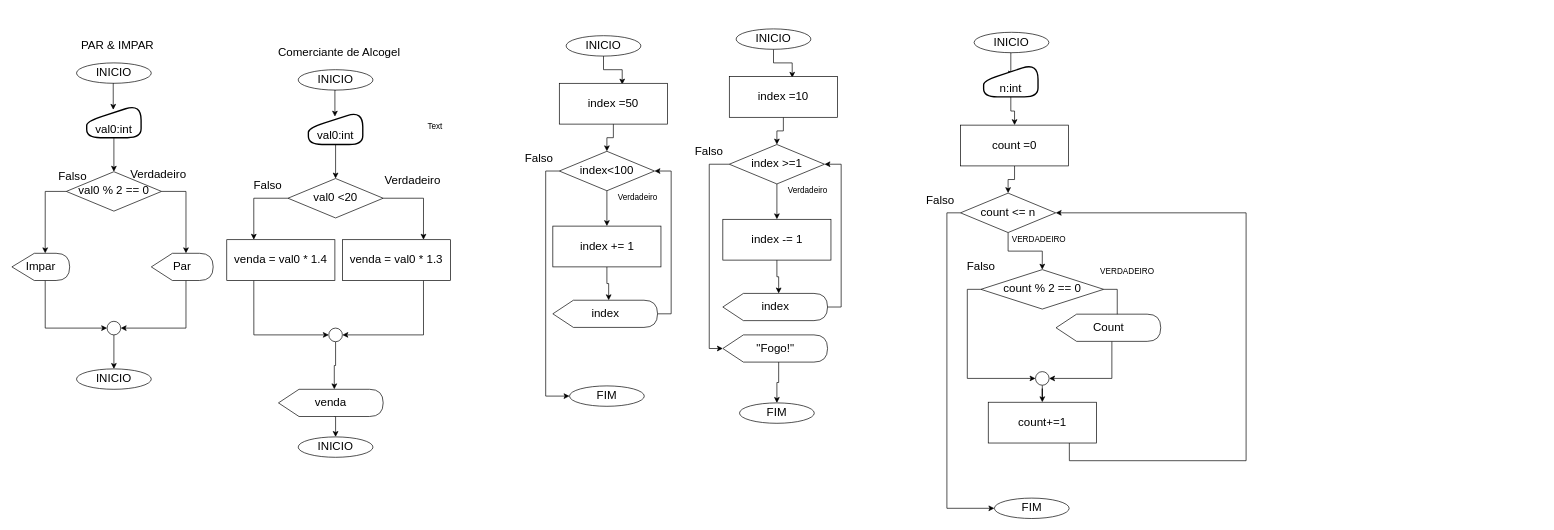
Before: log1.drawio in gilberto-009199/draw.io, a draw.io diagram. Source tidied: cells renumbered, new cells numbered last; positions are measured from the earlier drawing's top-left corner, leaving out a move shared by most shapes. Both pictures are drawn from the tidied source at 68%, with x=0, y=0 at pixel (12, 29).
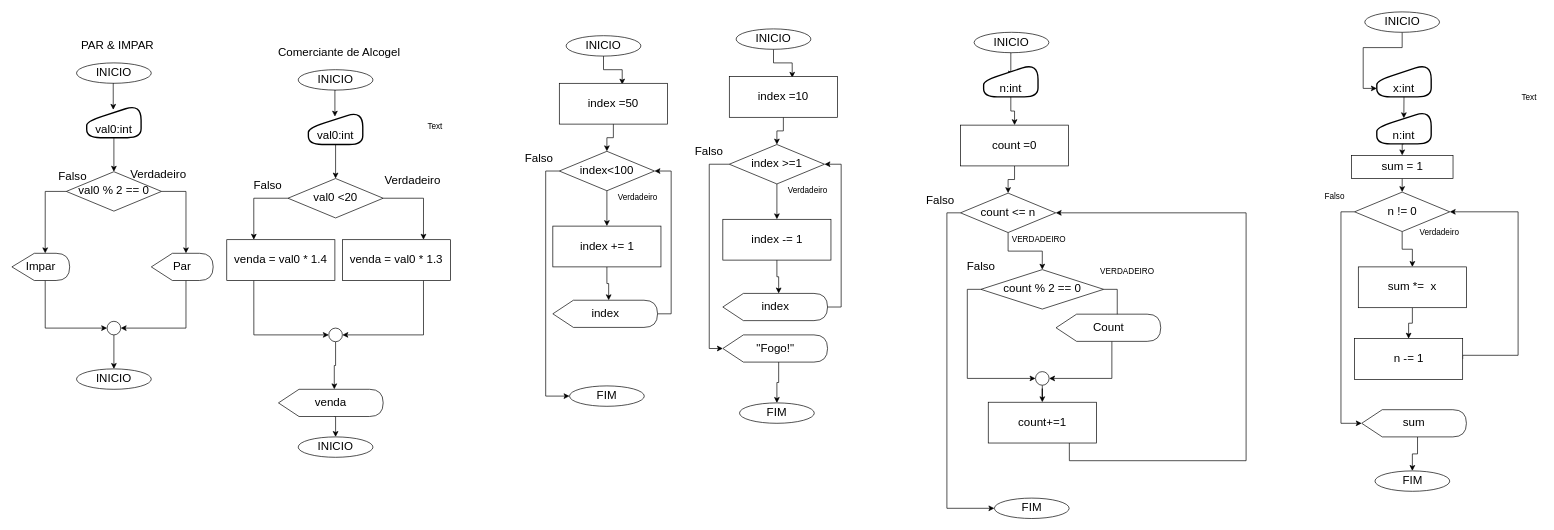
Above is the later version.

Diff of the diagram source:
```diff
@@
+    <mxCell id="98" style="text;html=1;align=center;verticalAlign=middle;fontSize=17;" parent="1" vertex="1">
+      <mxGeometry x="1952.5" y="424" width="20" height="30" as="geometry" />
+    </mxCell>
+    <mxCell id="99" style="edgeStyle=orthogonalEdgeStyle;rounded=0;jettySize=auto;html=1;entryX=0;entryY=0.75;entryDx=0;entryDy=0;" parent="1" edge="1" source="100" target="111">
+      <mxGeometry relative="1" as="geometry" />
+    </mxCell>
+    <mxCell id="100" value="INICIO" style="ellipse;whiteSpace=wrap;html=1;fontSize=17;" parent="1" vertex="1">
+      <mxGeometry x="1989.5" y="-25" width="110" height="30" as="geometry" />
+    </mxCell>
+    <mxCell id="101" style="edgeStyle=orthogonalEdgeStyle;rounded=0;jettySize=auto;html=1;exitX=0;exitY=0.5;exitDx=0;exitDy=0;entryX=0;entryY=0.5;entryDx=0;entryDy=0;entryPerimeter=0;" parent="1" edge="1" source="103" target="109">
+      <mxGeometry relative="1" as="geometry" />
+    </mxCell>
+    <mxCell id="102" style="edgeStyle=orthogonalEdgeStyle;rounded=0;jettySize=auto;html=1;exitX=0.5;exitY=1;exitDx=0;exitDy=0;entryX=0.5;entryY=0;entryDx=0;entryDy=0;" parent="1" edge="1" source="103" target="107">
+      <mxGeometry relative="1" as="geometry" />
+    </mxCell>
+    <mxCell id="103" value="n != 0" style="rhombus;whiteSpace=wrap;html=1;fontSize=17;align=center;" parent="1" vertex="1">
+      <mxGeometry x="1974.5" y="240" width="140" height="58" as="geometry" />
+    </mxCell>
+    <mxCell id="104" value="FIM" style="ellipse;whiteSpace=wrap;html=1;fontSize=17;" parent="1" vertex="1">
+      <mxGeometry x="2004.5" y="650" width="110" height="30" as="geometry" />
+    </mxCell>
+    <mxCell id="105" value="Verdadeiro" style="text;html=1;align=center;verticalAlign=middle;" parent="1" vertex="1">
+      <mxGeometry x="2063.5" y="290" width="70" height="20" as="geometry" />
+    </mxCell>
+    <mxCell id="106" style="edgeStyle=orthogonalEdgeStyle;rounded=0;jettySize=auto;html=1;" parent="1" edge="1" source="107" target="115">
+      <mxGeometry relative="1" as="geometry" />
+    </mxCell>
+    <mxCell id="107" value="sum *=&amp;nbsp; x" style="rounded=0;whiteSpace=wrap;html=1;strokeColor=#000000;gradientColor=#ffffff;fontSize=17;align=center;" parent="1" vertex="1">
+      <mxGeometry x="1980" y="350" width="159" height="60" as="geometry" />
+    </mxCell>
+    <mxCell id="108" style="edgeStyle=orthogonalEdgeStyle;rounded=0;jettySize=auto;html=1;exitX=0;exitY=0;exitDx=82.11764705882354;exitDy=40;exitPerimeter=0;entryX=0.5;entryY=0;entryDx=0;entryDy=0;" parent="1" edge="1" source="109" target="104">
+      <mxGeometry relative="1" as="geometry" />
+    </mxCell>
+    <mxCell id="109" value="sum" style="shape=display;whiteSpace=wrap;html=1;strokeColor=#000000;gradientColor=#ffffff;fontSize=17;align=center;size=0.19633307868601996;" parent="1" vertex="1">
+      <mxGeometry x="1985" y="560" width="154" height="40" as="geometry" />
+    </mxCell>
+    <mxCell id="110" style="edgeStyle=orthogonalEdgeStyle;rounded=0;jettySize=auto;html=1;exitX=0.5;exitY=1;exitDx=0;exitDy=0;entryX=0.497;entryY=0.247;entryDx=0;entryDy=0;entryPerimeter=0;" parent="1" edge="1" source="111" target="113">
+      <mxGeometry relative="1" as="geometry" />
+    </mxCell>
+    <mxCell id="111" value="x:int" style="html=1;strokeWidth=2;shape=manualInput;whiteSpace=wrap;rounded=1;size=26;arcSize=48;fontSize=17;align=center;verticalAlign=bottom;" parent="1" vertex="1">
+      <mxGeometry x="2007.2" y="50" width="80" height="50" as="geometry" />
+    </mxCell>
+    <mxCell id="112" style="edgeStyle=orthogonalEdgeStyle;rounded=0;jettySize=auto;html=1;exitX=0.5;exitY=1;exitDx=0;exitDy=0;entryX=0.5;entryY=0;entryDx=0;entryDy=0;" parent="1" edge="1" source="113" target="117">
+      <mxGeometry relative="1" as="geometry" />
+    </mxCell>
+    <mxCell id="113" value="n:int" style="html=1;strokeWidth=2;shape=manualInput;whiteSpace=wrap;rounded=1;size=26;arcSize=48;fontSize=17;align=center;verticalAlign=bottom;" parent="1" vertex="1">
+      <mxGeometry x="2007.2" y="119" width="80" height="50" as="geometry" />
+    </mxCell>
+    <mxCell id="114" style="edgeStyle=orthogonalEdgeStyle;rounded=0;jettySize=auto;html=1;entryX=1;entryY=0.5;entryDx=0;entryDy=0;exitX=1;exitY=0.5;exitDx=0;exitDy=0;" parent="1" edge="1" source="115" target="103">
+      <mxGeometry relative="1" as="geometry">
+        <Array as="points">
+          <mxPoint x="2215" y="480" />
+          <mxPoint x="2215" y="269" />
+        </Array>
+      </mxGeometry>
+    </mxCell>
+    <mxCell id="115" value="n -= 1" style="rounded=0;whiteSpace=wrap;html=1;strokeColor=#000000;gradientColor=#ffffff;fontSize=17;align=center;" parent="1" vertex="1">
+      <mxGeometry x="1974.5" y="455.5" width="159" height="60" as="geometry" />
+    </mxCell>
+    <mxCell id="116" style="edgeStyle=orthogonalEdgeStyle;rounded=0;jettySize=auto;html=1;exitX=0.5;exitY=1;exitDx=0;exitDy=0;entryX=0.5;entryY=0;entryDx=0;entryDy=0;" parent="1" edge="1" source="117" target="103">
+      <mxGeometry relative="1" as="geometry" />
+    </mxCell>
+    <mxCell id="117" value="sum = 1" style="rounded=0;whiteSpace=wrap;html=1;strokeColor=#000000;gradientColor=#ffffff;fontSize=17;align=center;" parent="1" vertex="1">
+      <mxGeometry x="1969.8" y="186" width="149.5" height="34" as="geometry" />
+    </mxCell>
+    <mxCell id="118" value="Text" style="text;html=1;align=center;verticalAlign=middle;" parent="1" vertex="1">
+      <mxGeometry x="2211" y="91" width="40" height="20" as="geometry" />
+    </mxCell>
+    <mxCell id="119" value="Falso" style="text;html=1;align=center;verticalAlign=middle;" parent="1" vertex="1">
+      <mxGeometry x="1920" y="237" width="50" height="20" as="geometry" />
+    </mxCell>
```
